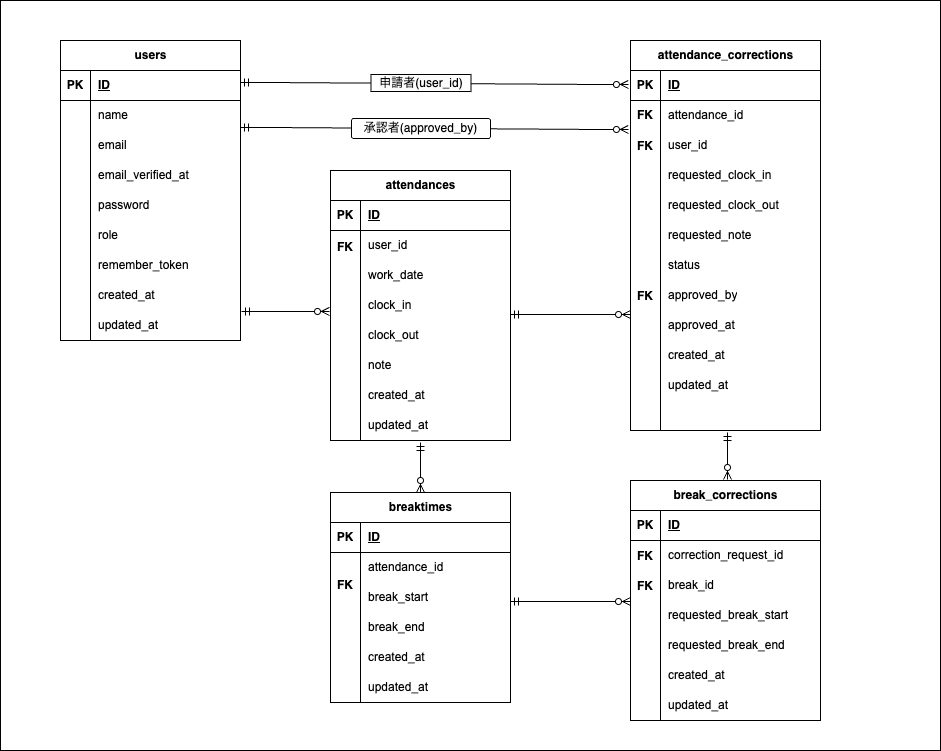
This is src/er.drawio.png from neuro-chan/attendance-app, a draw.io export, as it was before one commit. Source tidied: cells renumbered, new cells last; positions are measured from the earlier drawing's top-left corner, leaving out a move shared by most shapes.
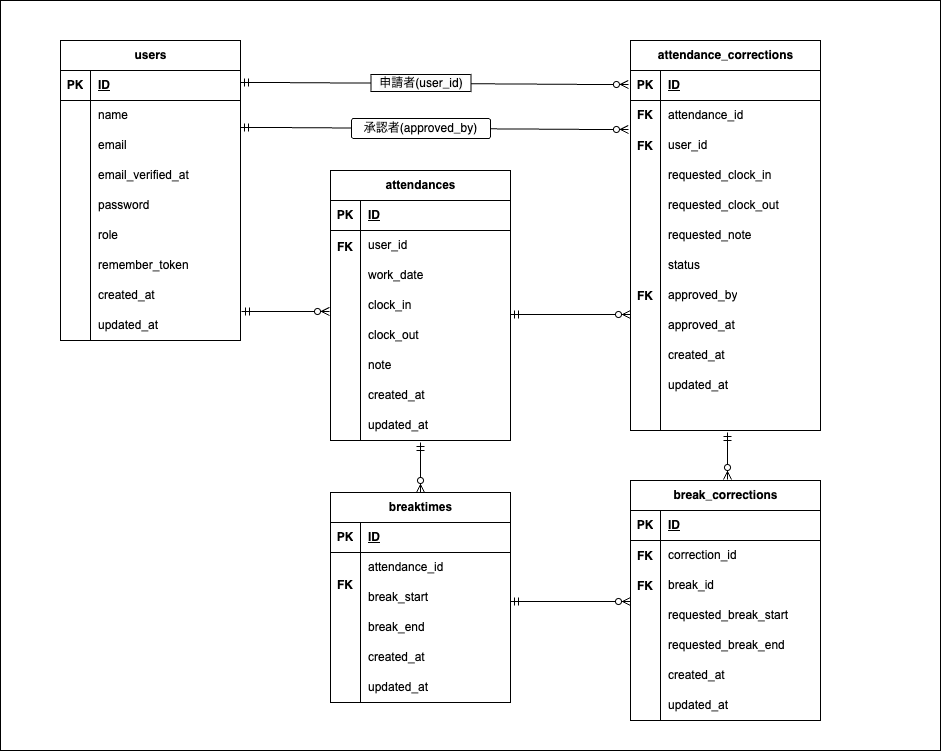
Later version of the same file.

Diff of the diagram source:
```diff
@@ -275,7 +275,7 @@
     <mxCell id="92" style="shape=partialRectangle;fillColor=none;top=0;left=0;bottom=0;right=0;overflow=hidden;whiteSpace=wrap;html=1;" parent="91" vertex="1">
       <mxGeometry width="30" height="30" as="geometry" />
     </mxCell>
-    <mxCell id="93" value="&lt;span style=&quot;color: rgb(0, 0, 0); font-size: 9pt; font-family: Arial;&quot;&gt;correction_request_id&lt;/span&gt;" style="shape=partialRectangle;fillColor=none;top=0;left=0;bottom=0;right=0;align=left;spacingLeft=6;overflow=hidden;whiteSpace=wrap;html=1;" parent="91" vertex="1">
+    <mxCell id="93" value="&lt;span style=&quot;color: rgb(0, 0, 0); font-size: 9pt; font-family: Arial;&quot;&gt;correction_id&lt;/span&gt;" style="shape=partialRectangle;fillColor=none;top=0;left=0;bottom=0;right=0;align=left;spacingLeft=6;overflow=hidden;whiteSpace=wrap;html=1;" parent="91" vertex="1">
       <mxGeometry x="30" width="160" height="30" as="geometry" />
     </mxCell>
     <mxCell id="94" style="shape=tableRow;horizontal=0;startSize=0;swimlaneHead=0;swimlaneBody=0;fillColor=none;top=0;left=0;right=0;bottom=0;" parent="87" vertex="1">
```
